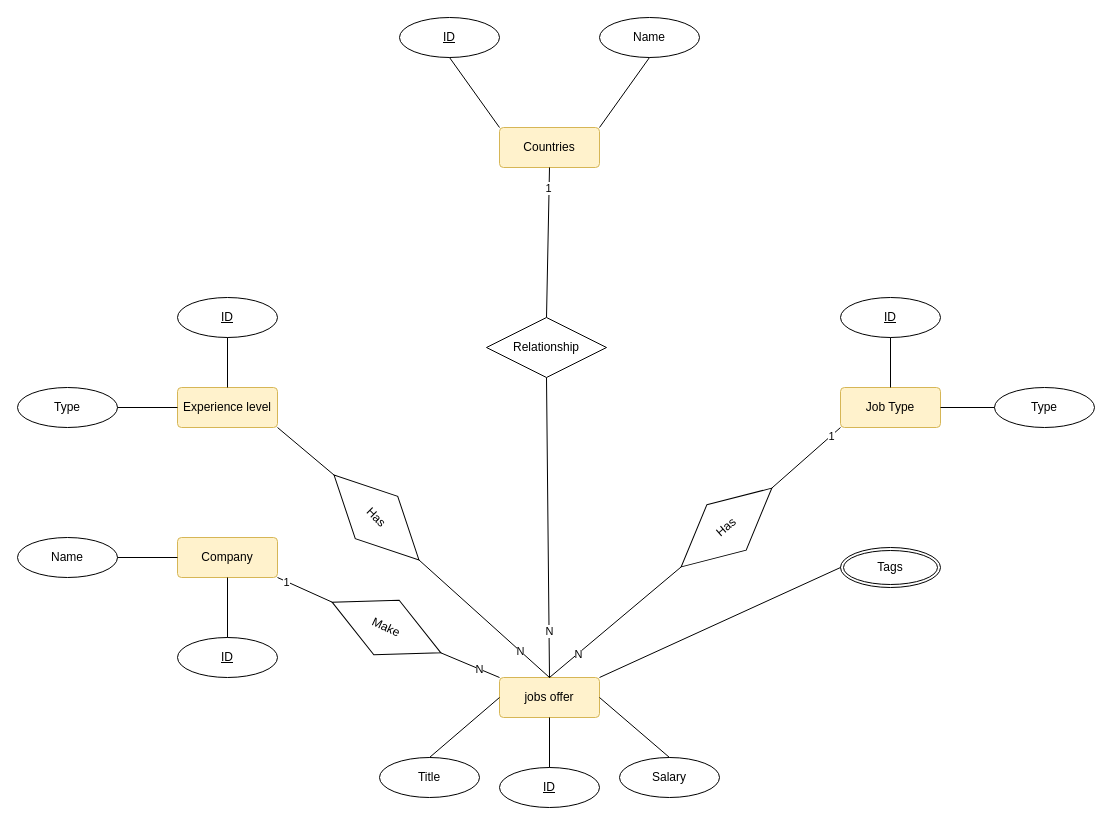
This is Untitled Diagram.drawio from yassinessadi/diagrams, a draw.io file, before an edit. Source tidied: cells renumbered, new cells numbered last; positions are measured from the earlier drawing's top-left corner, leaving out a move shared by most shapes. Both pictures are drawn from the tidied source at 100%, with x=0, y=0 at pixel (17, 17).
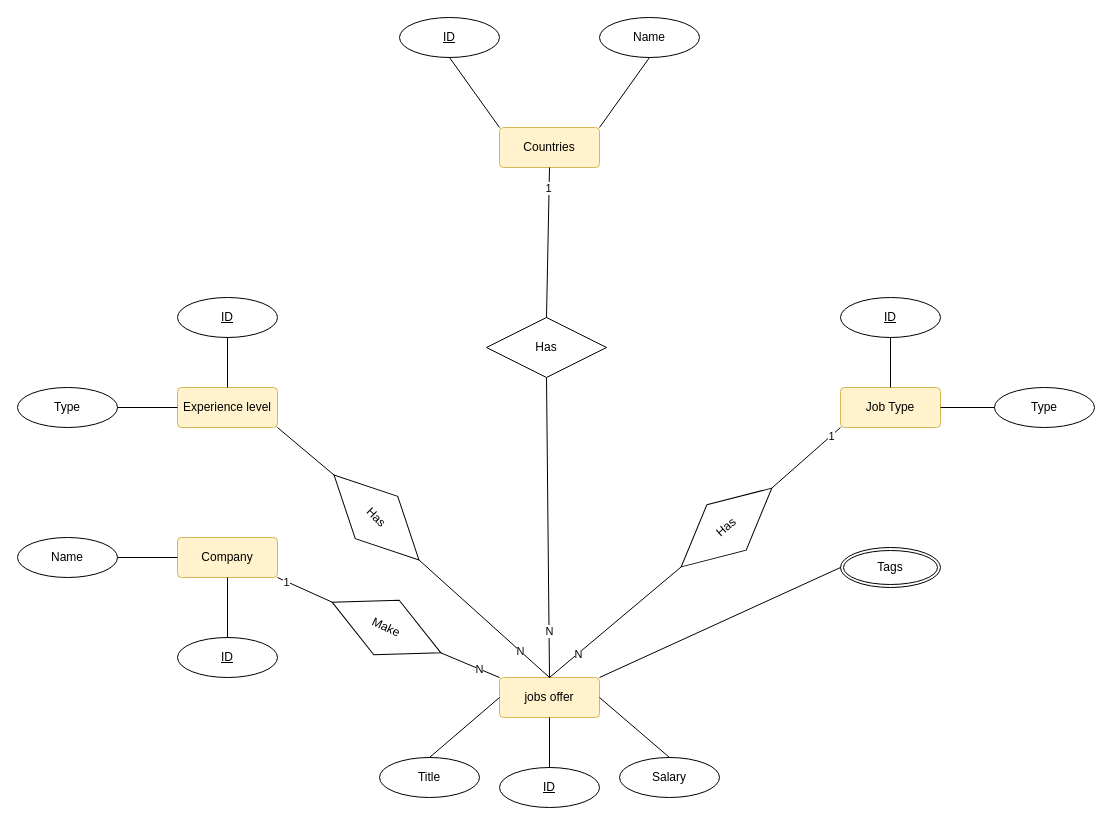
The same diagram, later.

Commit message:
Relationship Countries (Added)Diagram.drawio

Diff of the diagram source:
```diff
@@
-    <mxCell id="41" value="Relationship" style="shape=rhombus;perimeter=rhombusPerimeter;whiteSpace=wrap;html=1;align=center;" parent="1" vertex="1">
+    <mxCell id="41" value="Has" style="shape=rhombus;perimeter=rhombusPerimeter;whiteSpace=wrap;html=1;align=center;" parent="1" vertex="1">
       <mxGeometry x="469" y="300" width="120" height="60" as="geometry" />
     </mxCell>
```
